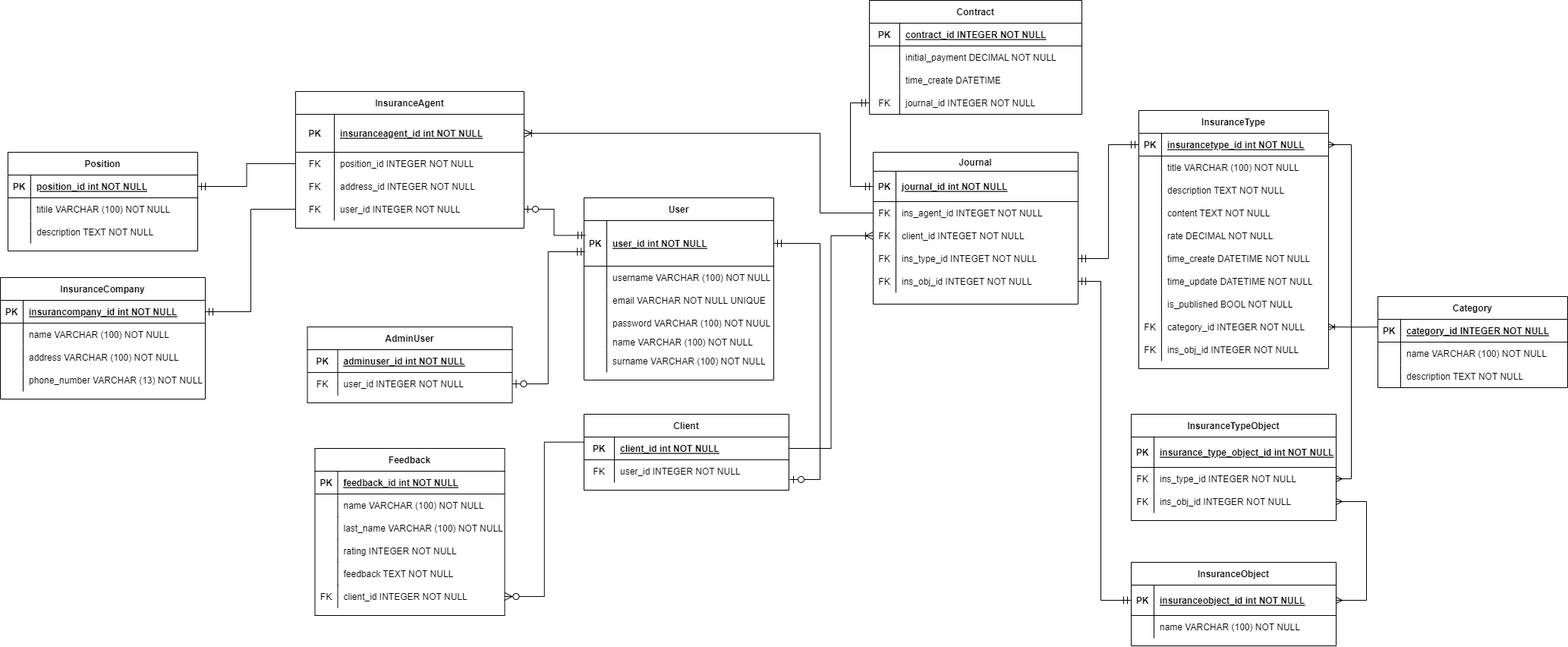
This is BD.png from khrishchanovich/DataBase, a draw.io export, as it was before one commit. Source tidied: cells renumbered, new cells last; positions are measured from the earlier drawing's top-left corner, leaving out a move shared by most shapes.
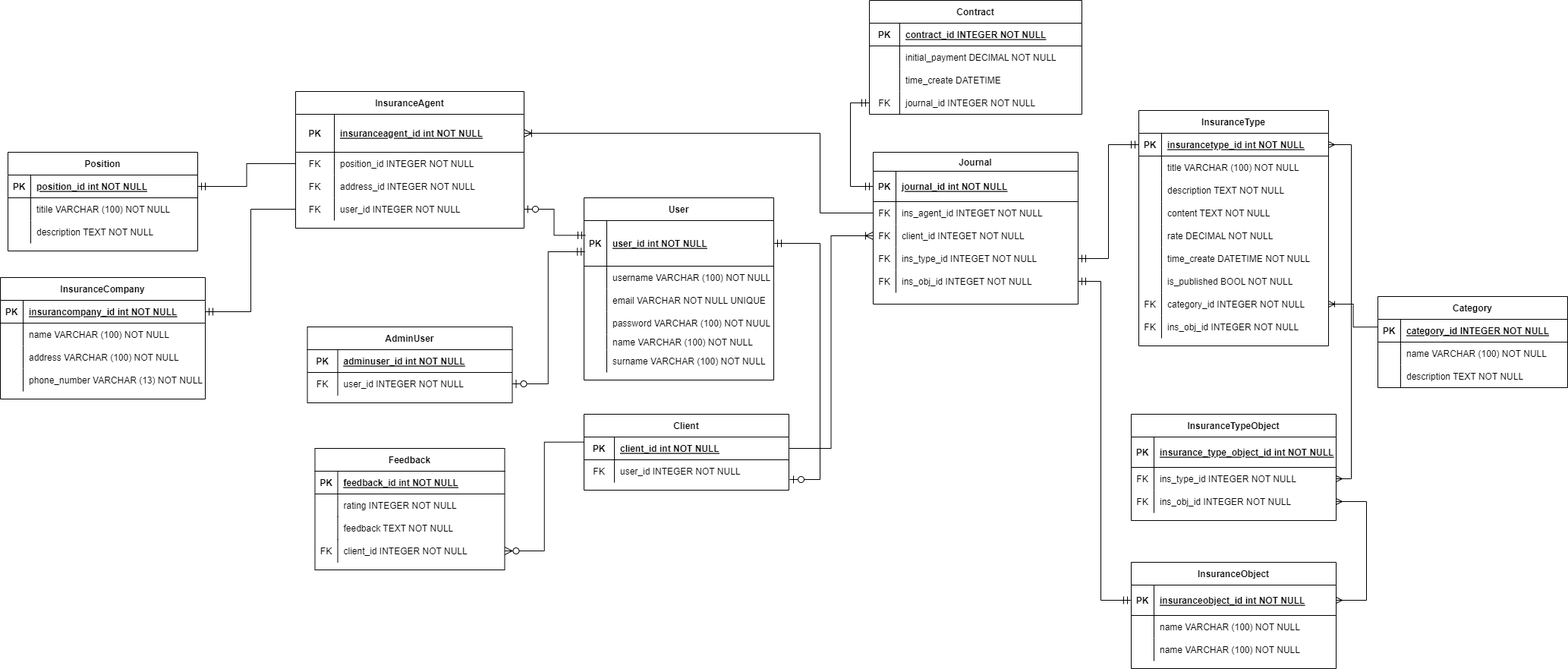
The same file after the commit.

What changed in the source:
```diff
@@ -129,7 +129,7 @@
       <mxGeometry x="30" width="220" height="30" as="geometry" />
     </mxCell>
     <mxCell id="44" value="Feedback" style="shape=table;startSize=30;rowLines=0;fontStyle=1;align=center;" parent="1" vertex="1">
-      <mxGeometry x="414.5" y="590" width="250" height="220" as="geometry" />
+      <mxGeometry x="414.5" y="590" width="250" height="160" as="geometry" />
     </mxCell>
     <mxCell id="45" style="shape=partialRectangle;fillColor=none;top=0;left=0;right=0;bottom=1;" parent="44" vertex="1">
       <mxGeometry y="30" width="250" height="30" as="geometry" />
@@ -140,26 +140,8 @@
     <mxCell id="47" value="feedback_id int NOT NULL " style="shape=partialRectangle;overflow=hidden;fillColor=none;top=0;left=0;bottom=0;right=0;align=left;spacingLeft=6;fontStyle=5;" parent="45" vertex="1">
       <mxGeometry x="30" width="220" height="30" as="geometry" />
     </mxCell>
-    <mxCell id="48" style="shape=partialRectangle;fillColor=none;top=0;left=0;right=0;bottom=0;" parent="44" vertex="1">
-      <mxGeometry y="60" width="250" height="30" as="geometry" />
-    </mxCell>
-    <mxCell id="49" style="shape=partialRectangle;overflow=hidden;fillColor=none;top=0;left=0;bottom=0;right=0;" parent="48" vertex="1">
-      <mxGeometry width="30" height="30" as="geometry" />
-    </mxCell>
-    <mxCell id="50" value="name VARCHAR (100) NOT NULL" style="shape=partialRectangle;overflow=hidden;fillColor=none;top=0;left=0;bottom=0;right=0;align=left;spacingLeft=6;" parent="48" vertex="1">
-      <mxGeometry x="30" width="220" height="30" as="geometry" />
-    </mxCell>
-    <mxCell id="51" style="shape=partialRectangle;fillColor=none;top=0;left=0;right=0;bottom=0;" parent="44" vertex="1">
-      <mxGeometry y="90" width="250" height="30" as="geometry" />
-    </mxCell>
-    <mxCell id="52" style="shape=partialRectangle;overflow=hidden;fillColor=none;top=0;left=0;bottom=0;right=0;" parent="51" vertex="1">
-      <mxGeometry width="30" height="30" as="geometry" />
-    </mxCell>
-    <mxCell id="53" value="last_name VARCHAR (100) NOT NULL" style="shape=partialRectangle;overflow=hidden;fillColor=none;top=0;left=0;bottom=0;right=0;align=left;spacingLeft=6;" parent="51" vertex="1">
-      <mxGeometry x="30" width="220" height="30" as="geometry" />
-    </mxCell>
     <mxCell id="54" style="shape=partialRectangle;fillColor=none;top=0;left=0;right=0;bottom=0;" parent="44" vertex="1">
-      <mxGeometry y="120" width="250" height="30" as="geometry" />
+      <mxGeometry y="60" width="250" height="30" as="geometry" />
     </mxCell>
     <mxCell id="55" style="shape=partialRectangle;overflow=hidden;fillColor=none;top=0;left=0;bottom=0;right=0;" parent="54" vertex="1">
       <mxGeometry width="30" height="30" as="geometry" />
@@ -168,7 +150,7 @@
       <mxGeometry x="30" width="220" height="30" as="geometry" />
     </mxCell>
     <mxCell id="57" style="shape=partialRectangle;fillColor=none;top=0;left=0;right=0;bottom=0;" parent="44" vertex="1">
-      <mxGeometry y="150" width="250" height="30" as="geometry" />
+      <mxGeometry y="90" width="250" height="30" as="geometry" />
     </mxCell>
     <mxCell id="58" style="shape=partialRectangle;overflow=hidden;fillColor=none;top=0;left=0;bottom=0;right=0;" parent="57" vertex="1">
       <mxGeometry width="30" height="30" as="geometry" />
@@ -177,7 +159,7 @@
       <mxGeometry x="30" width="220" height="30" as="geometry" />
     </mxCell>
     <mxCell id="60" style="shape=partialRectangle;fillColor=none;points=[[0,0.5],[1,0.5]];portConstraint=eastwest;top=0;left=0;right=0;bottom=0;" parent="44" vertex="1">
-      <mxGeometry y="180" width="250" height="30" as="geometry" />
+      <mxGeometry y="120" width="250" height="30" as="geometry" />
     </mxCell>
     <mxCell id="61" value="FK" style="shape=partialRectangle;overflow=hidden;fillColor=none;top=0;left=0;bottom=0;right=0;" parent="60" vertex="1">
       <mxGeometry width="30" height="30" as="geometry" />
@@ -264,7 +246,7 @@
       <mxGeometry x="30" width="240" height="30" as="geometry" />
     </mxCell>
     <mxCell id="89" value="InsuranceObject" style="shape=table;startSize=30;rowLines=0;fontStyle=1;align=center;" parent="1" vertex="1">
-      <mxGeometry x="1490" y="740" width="270" height="110" as="geometry" />
+      <mxGeometry x="1490" y="740" width="270" height="140" as="geometry" />
     </mxCell>
     <mxCell id="90" style="shape=partialRectangle;fillColor=none;points=[[0,0.5],[1,0.5]];portConstraint=eastwest;top=0;left=0;right=0;bottom=1;" parent="89" vertex="1">
       <mxGeometry y="30" width="270" height="40" as="geometry" />
@@ -284,8 +266,17 @@
     <mxCell id="95" value="name VARCHAR (100) NOT NULL" style="shape=partialRectangle;overflow=hidden;fillColor=none;top=0;left=0;bottom=0;right=0;align=left;spacingLeft=6;" parent="93" vertex="1">
       <mxGeometry x="30" width="240" height="30" as="geometry" />
     </mxCell>
+    <mxCell id="191" style="shape=partialRectangle;fillColor=none;top=0;left=0;right=0;bottom=0;" parent="89" vertex="1">
+      <mxGeometry y="100" width="270" height="30" as="geometry" />
+    </mxCell>
+    <mxCell id="192" style="shape=partialRectangle;overflow=hidden;fillColor=none;top=0;left=0;bottom=0;right=0;" parent="191" vertex="1">
+      <mxGeometry width="30" height="30" as="geometry" />
+    </mxCell>
+    <mxCell id="50" value="name VARCHAR (100) NOT NULL" style="shape=partialRectangle;overflow=hidden;fillColor=none;top=0;left=0;bottom=0;right=0;align=left;spacingLeft=6;" parent="191" vertex="1">
+      <mxGeometry x="30" width="240" height="30" as="geometry" />
+    </mxCell>
     <mxCell id="96" value="InsuranceType" style="shape=table;startSize=30;rowLines=0;fontStyle=1;align=center;" parent="1" vertex="1">
-      <mxGeometry x="1500" y="145" width="250" height="340" as="geometry" />
+      <mxGeometry x="1500" y="145" width="250" height="310" as="geometry" />
     </mxCell>
     <mxCell id="97" style="shape=partialRectangle;fillColor=none;points=[[0,0.5],[1,0.5]];portConstraint=eastwest;top=0;left=0;right=0;bottom=1;" parent="96" vertex="1">
       <mxGeometry y="30" width="250" height="30" as="geometry" />
@@ -341,17 +332,8 @@
     <mxCell id="114" value="time_create DATETIME NOT NULL" style="shape=partialRectangle;overflow=hidden;fillColor=none;top=0;left=0;bottom=0;right=0;align=left;spacingLeft=6;" parent="112" vertex="1">
       <mxGeometry x="30" width="220" height="30" as="geometry" />
     </mxCell>
-    <mxCell id="115" style="shape=partialRectangle;fillColor=none;top=0;left=0;right=0;bottom=0;" parent="96" vertex="1">
-      <mxGeometry y="210" width="250" height="30" as="geometry" />
-    </mxCell>
-    <mxCell id="116" style="shape=partialRectangle;overflow=hidden;fillColor=none;top=0;left=0;bottom=0;right=0;" parent="115" vertex="1">
-      <mxGeometry width="30" height="30" as="geometry" />
-    </mxCell>
-    <mxCell id="117" value="time_update DATETIME NOT NULL" style="shape=partialRectangle;overflow=hidden;fillColor=none;top=0;left=0;bottom=0;right=0;align=left;spacingLeft=6;" parent="115" vertex="1">
-      <mxGeometry x="30" width="220" height="30" as="geometry" />
-    </mxCell>
     <mxCell id="118" style="shape=partialRectangle;fillColor=none;top=0;left=0;right=0;bottom=0;" parent="96" vertex="1">
-      <mxGeometry y="240" width="250" height="30" as="geometry" />
+      <mxGeometry y="210" width="250" height="30" as="geometry" />
     </mxCell>
     <mxCell id="119" style="shape=partialRectangle;overflow=hidden;fillColor=none;top=0;left=0;bottom=0;right=0;" parent="118" vertex="1">
       <mxGeometry width="30" height="30" as="geometry" />
@@ -360,7 +342,7 @@
       <mxGeometry x="30" width="220" height="30" as="geometry" />
     </mxCell>
     <mxCell id="121" style="shape=partialRectangle;fillColor=none;points=[[0,0.5],[1,0.5]];portConstraint=eastwest;top=0;left=0;right=0;bottom=0;" parent="96" vertex="1">
-      <mxGeometry y="270" width="250" height="30" as="geometry" />
+      <mxGeometry y="240" width="250" height="30" as="geometry" />
     </mxCell>
     <mxCell id="122" value="FK" style="shape=partialRectangle;overflow=hidden;fillColor=none;top=0;left=0;bottom=0;right=0;" parent="121" vertex="1">
       <mxGeometry width="30" height="30" as="geometry" />
@@ -369,7 +351,7 @@
       <mxGeometry x="30" width="220" height="30" as="geometry" />
     </mxCell>
     <mxCell id="124" style="shape=partialRectangle;fillColor=none;top=0;left=0;right=0;bottom=0;" parent="96" vertex="1">
-      <mxGeometry y="300" width="250" height="30" as="geometry" />
+      <mxGeometry y="270" width="250" height="30" as="geometry" />
     </mxCell>
     <mxCell id="125" value="FK" style="shape=partialRectangle;overflow=hidden;fillColor=none;top=0;left=0;bottom=0;right=0;" parent="124" vertex="1">
       <mxGeometry width="30" height="30" as="geometry" />
```
